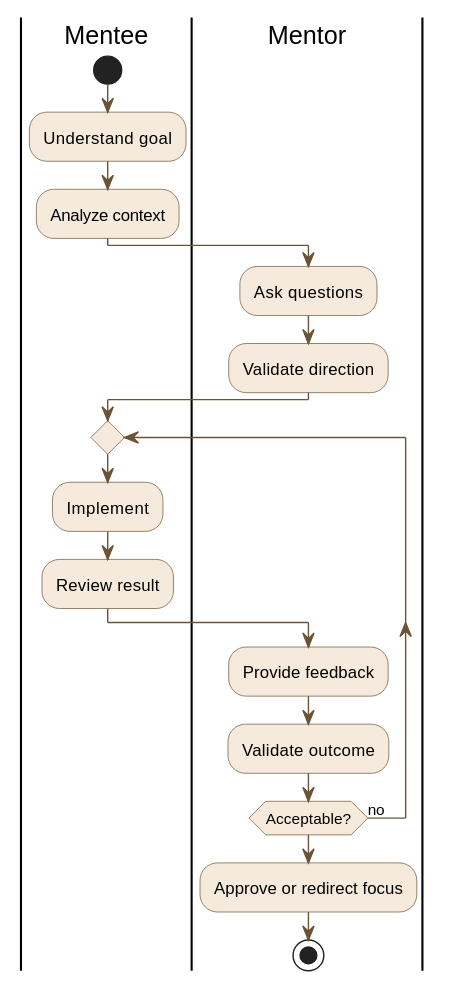
This is images/engineering-guidance-activity.svg from rafageist/rafageist.com, a PlantUML export, as it was before one commit.
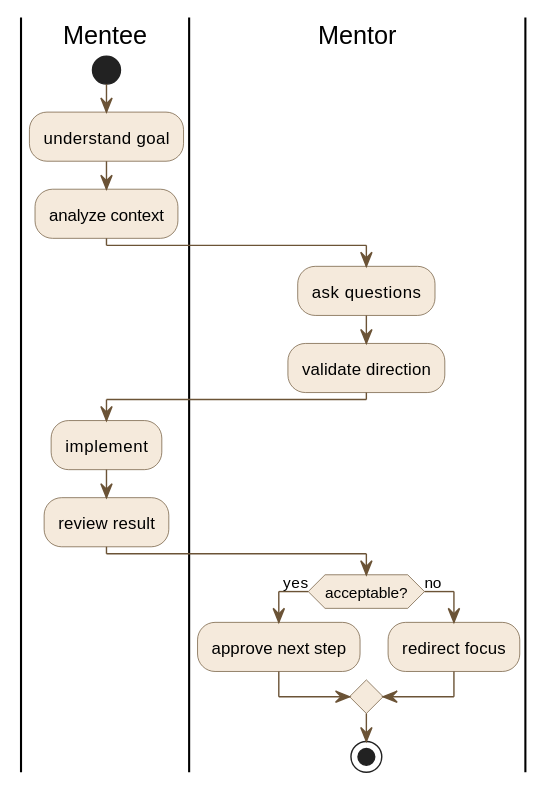
After the commit.

The edit, as a diff of the source:
```diff
@@ -8,20 +8,23 @@
 
 |Mentee|
 start
-:Understand goal;
-:Analyze context;
+:understand goal;
+:analyze context;
+
 |Mentor|
-:Ask questions;
-:Validate direction;
-repeat
+:ask questions;
+:validate direction;
+
 |Mentee|
-:Implement;
-:Review result;
+:implement;
+:review result;
+
 |Mentor|
-:Provide feedback;
-:Validate outcome;
+if (acceptable?) then (yes)
+  :approve next step;
+else (no)
+  :redirect focus;
+endif
 
-repeat while (Acceptable?) is (no)
-  :Approve or redirect focus;
 stop
 @enduml
```
